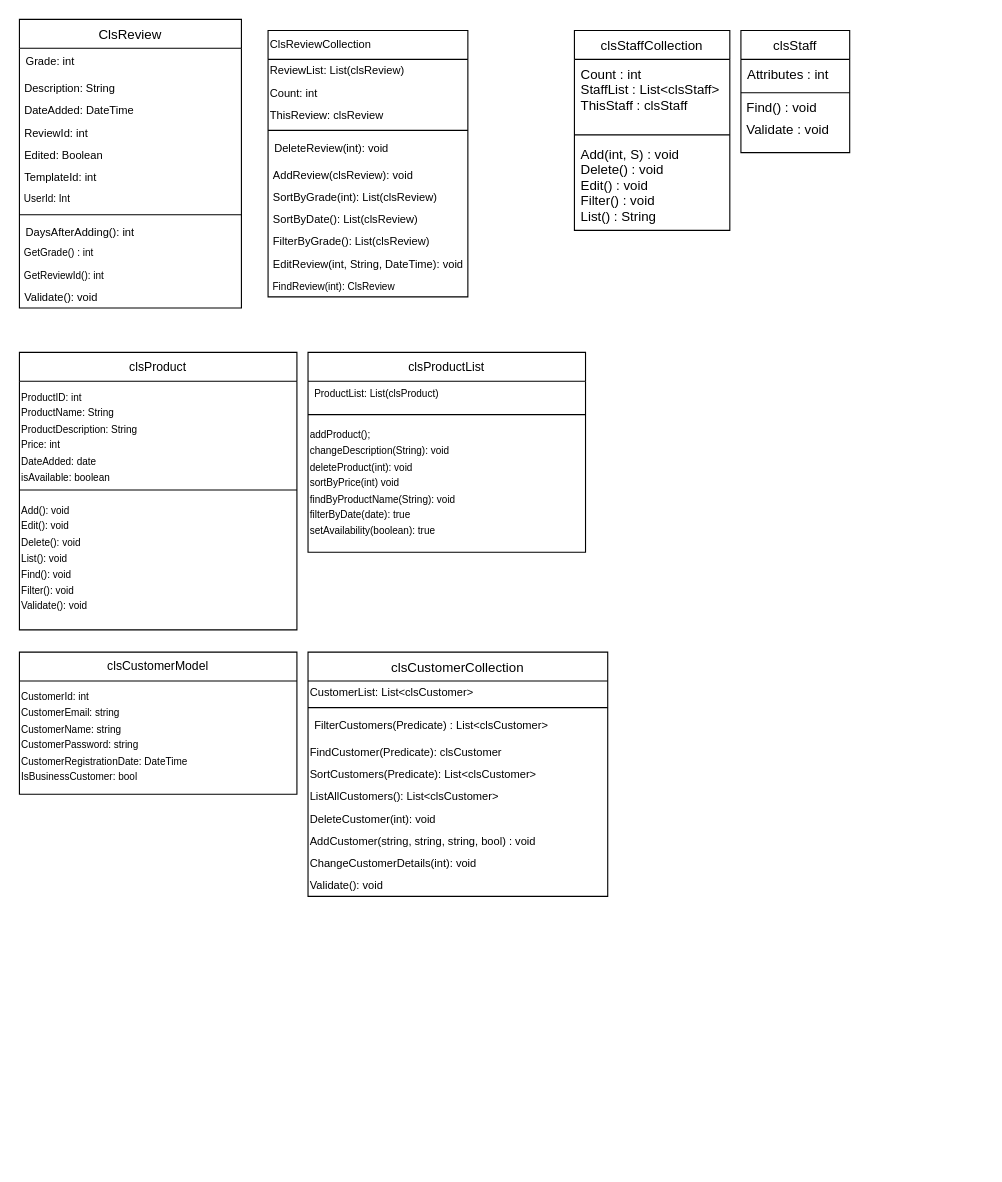
Before: untitled Diagram updated.drawio in dominikmch/Template4U, a draw.io diagram. Source tidied: cells renumbered, new cells numbered last; positions are measured from the earlier drawing's top-left corner, leaving out a move shared by most shapes. Both pictures are drawn from the tidied source at 111%, with x=0, y=0 at pixel (19, 19).
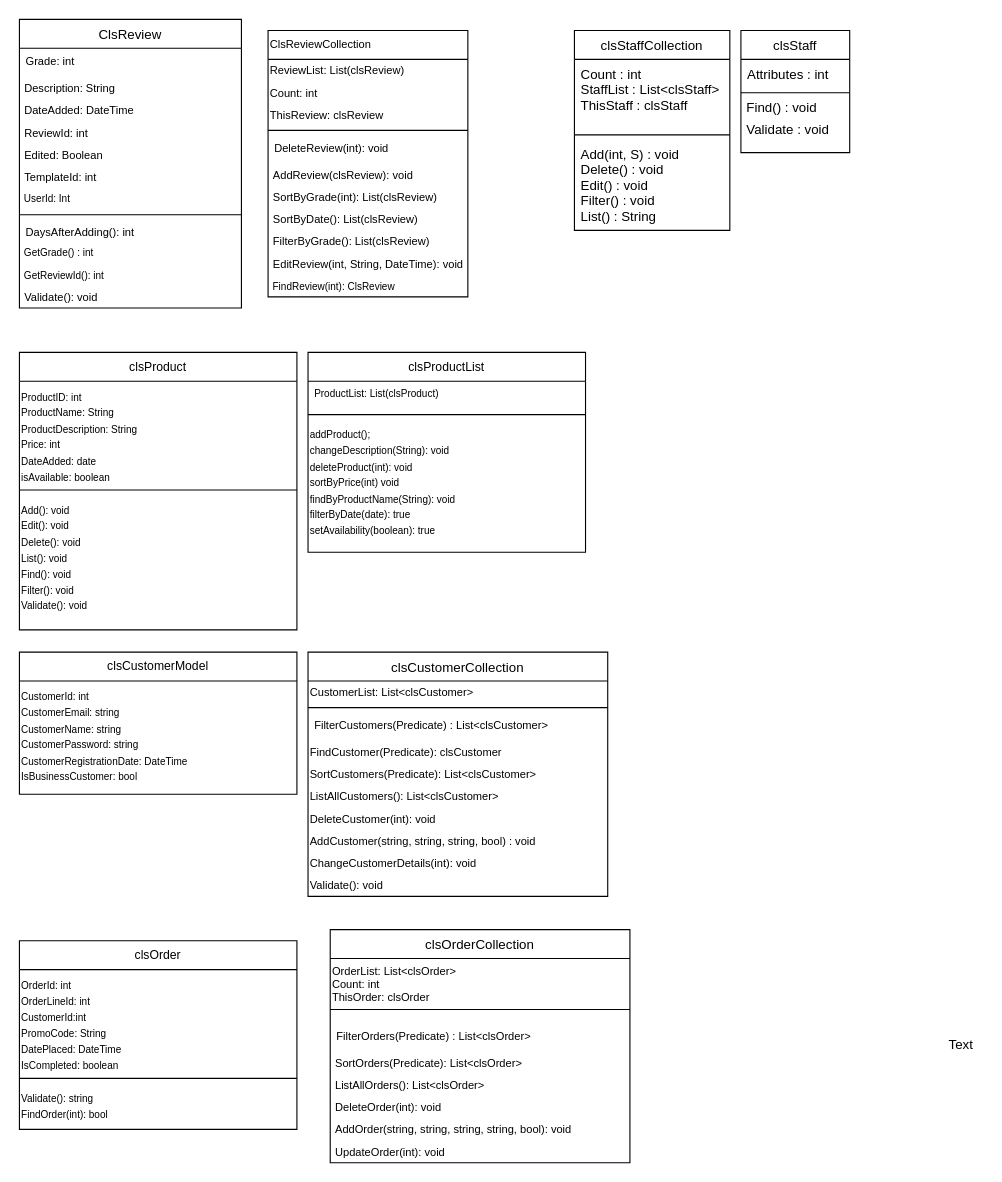
The same page after the edit.

Diff of the diagram source:
```diff
@@
+    <mxCell id="59" value="clsOrder" style="swimlane;fontStyle=0;align=center;verticalAlign=top;horizontal=1;startSize=26;rounded=0;shadow=0;strokeWidth=1;fontSize=11;" parent="1" vertex="1">
+      <mxGeometry y="830" width="250" height="170" as="geometry" />
+    </mxCell>
+    <mxCell id="60" value="&lt;font style=&quot;font-size: 9px&quot;&gt;OrderId: int&lt;br&gt;OrderLineId: int&lt;br&gt;CustomerId:int&lt;br&gt;PromoCode: String&lt;br&gt;DatePlaced: DateTime&lt;br&gt;IsCompleted: boolean&lt;br&gt;&lt;br&gt;&lt;/font&gt;" style="text;html=1;" parent="59" vertex="1">
+      <mxGeometry y="26" width="250" height="94" as="geometry" />
+    </mxCell>
+    <mxCell id="61" style="line;html=1;strokeWidth=1;align=left;verticalAlign=middle;spacingTop=-1;spacingLeft=3;spacingRight=3;labelPosition=right;" parent="59" vertex="1">
+      <mxGeometry y="120" width="250" height="8" as="geometry" />
+    </mxCell>
+    <mxCell id="62" value="&lt;font style=&quot;font-size: 9px&quot;&gt;Validate(): string&lt;br&gt;FindOrder(int): bool&lt;br&gt;&lt;/font&gt;" style="text;html=1;" parent="59" vertex="1">
+      <mxGeometry y="128" width="250" height="42" as="geometry" />
+    </mxCell>
+    <mxCell id="63" value="clsOrderCollection" style="swimlane;fontStyle=0;align=center;verticalAlign=top;horizontal=1;startSize=26;fontSize=12;" parent="1" vertex="1">
+      <mxGeometry x="280" y="820" width="270" height="210" as="geometry" />
+    </mxCell>
+    <mxCell id="64" value="&lt;span style=&quot;white-space: nowrap ; font-size: 10px&quot;&gt;&lt;br&gt;OrderList: List&amp;lt;clsOrder&amp;gt;&lt;br&gt;Count: int&lt;br&gt;ThisOrder: clsOrder&lt;br&gt;&lt;/span&gt;" style="text;html=1;strokeColor=none;fillColor=none;align=left;verticalAlign=middle;whiteSpace=wrap;rounded=0;fontSize=10;" parent="63" vertex="1">
+      <mxGeometry y="26" width="270" height="34" as="geometry" />
+    </mxCell>
+    <mxCell id="65" style="line;strokeWidth=1;fillColor=none;align=left;verticalAlign=middle;spacingTop=-1;spacingLeft=3;spacingRight=3;labelPosition=right;" parent="63" vertex="1">
+      <mxGeometry y="60" width="270" height="24" as="geometry" />
+    </mxCell>
+    <mxCell id="66" value="FilterOrders(Predicate) : List&lt;clsOrder&gt;" style="text;strokeColor=none;fillColor=none;align=left;verticalAlign=top;spacingLeft=4;spacingRight=4;overflow=hidden;fontSize=10;" parent="63" vertex="1">
+      <mxGeometry y="84" width="270" height="26" as="geometry" />
+    </mxCell>
+    <mxCell id="67" value="&amp;nbsp;SortOrders(Predicate): List&amp;lt;clsOrder&amp;gt;" style="text;html=1;strokeColor=none;fillColor=none;align=left;verticalAlign=middle;whiteSpace=wrap;rounded=0;fontSize=10;" parent="63" vertex="1">
+      <mxGeometry y="110" width="270" height="20" as="geometry" />
+    </mxCell>
+    <mxCell id="68" value="&amp;nbsp;ListAllOrders(): List&amp;lt;clsOrder&amp;gt;" style="text;html=1;strokeColor=none;fillColor=none;align=left;verticalAlign=middle;whiteSpace=wrap;rounded=0;fontSize=10;" parent="63" vertex="1">
+      <mxGeometry y="130" width="270" height="20" as="geometry" />
+    </mxCell>
+    <mxCell id="69" value="&amp;nbsp;DeleteOrder(int): void" style="text;html=1;strokeColor=none;fillColor=none;align=left;verticalAlign=middle;whiteSpace=wrap;rounded=0;fontSize=10;" parent="63" vertex="1">
+      <mxGeometry y="150" width="270" height="20" as="geometry" />
+    </mxCell>
+    <mxCell id="70" value="&amp;nbsp;AddOrder(string, string, string, string, bool): void" style="text;html=1;strokeColor=none;fillColor=none;align=left;verticalAlign=middle;whiteSpace=wrap;rounded=0;fontSize=10;" parent="63" vertex="1">
+      <mxGeometry y="170" width="270" height="20" as="geometry" />
+    </mxCell>
+    <mxCell id="71" value="&amp;nbsp;UpdateOrder(int): void" style="text;html=1;strokeColor=none;fillColor=none;align=left;verticalAlign=middle;whiteSpace=wrap;rounded=0;fontSize=10;" parent="63" vertex="1">
+      <mxGeometry y="190" width="270" height="20" as="geometry" />
+    </mxCell>
+    <mxCell id="72" value="Text" style="text;html=1;align=center;verticalAlign=middle;" parent="1" vertex="1">
+      <mxGeometry x="828" y="914" width="40" height="20" as="geometry" />
+    </mxCell>
```
